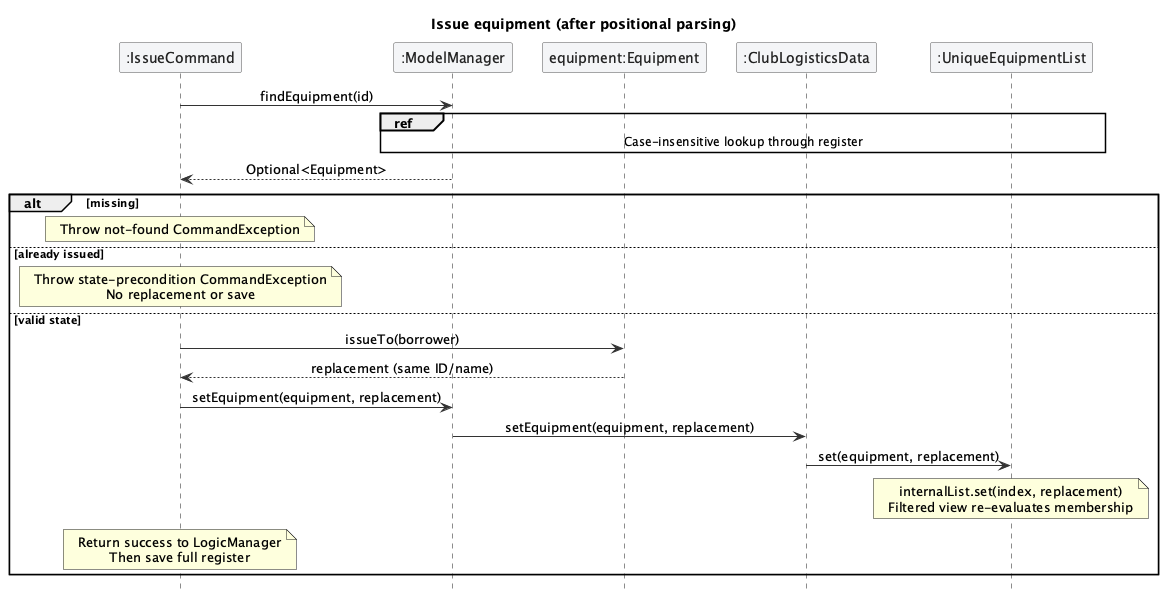
This is docs/images/IssueEquipmentSequence.png from AY2627S1-CS2103T-F11-2/tp, a PlantUML export, as it was before one commit.
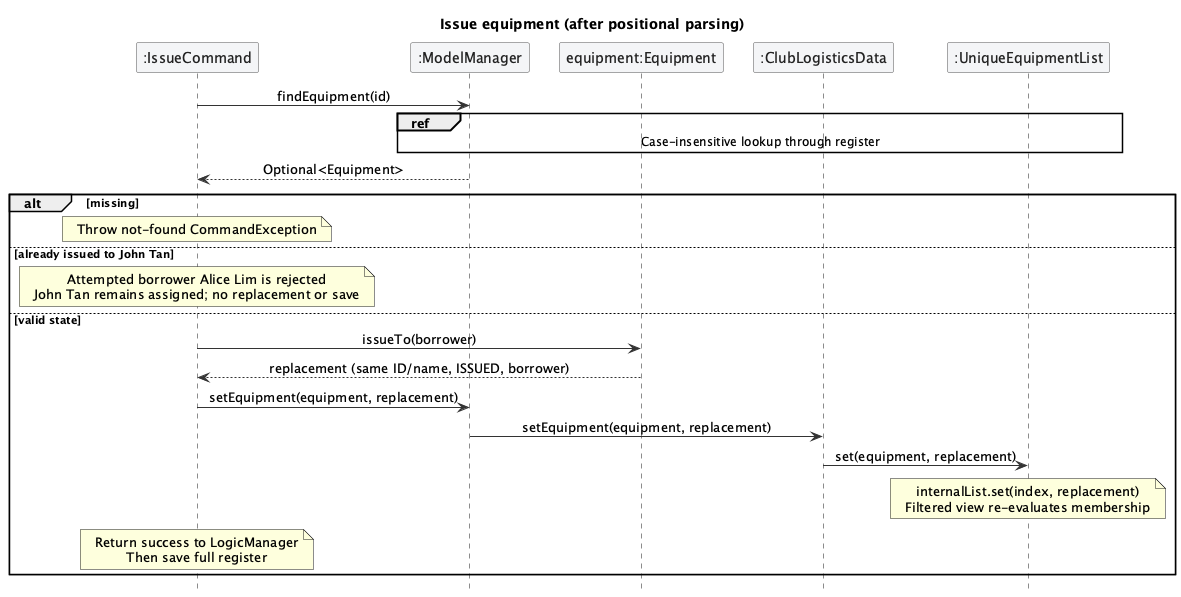
The same diagram one commit later.

Diff of the diagram source:
```diff
@@ -17,11 +17,11 @@
 M --> C : Optional<Equipment>
 alt missing
   note over C : Throw not-found CommandException
-else already issued
-  note over C : Throw state-precondition CommandException\nNo replacement or save
+else already issued to John Tan
+  note over C : Attempted borrower Alice Lim is rejected\nJohn Tan remains assigned; no replacement or save
 else valid state
   C -> E : issueTo(borrower)
-  E --> C : replacement (same ID/name)
+  E --> C : replacement (same ID/name, ISSUED, borrower)
   C -> M : setEquipment(equipment, replacement)
   M -> D : setEquipment(equipment, replacement)
   D -> U : set(equipment, replacement)
```
